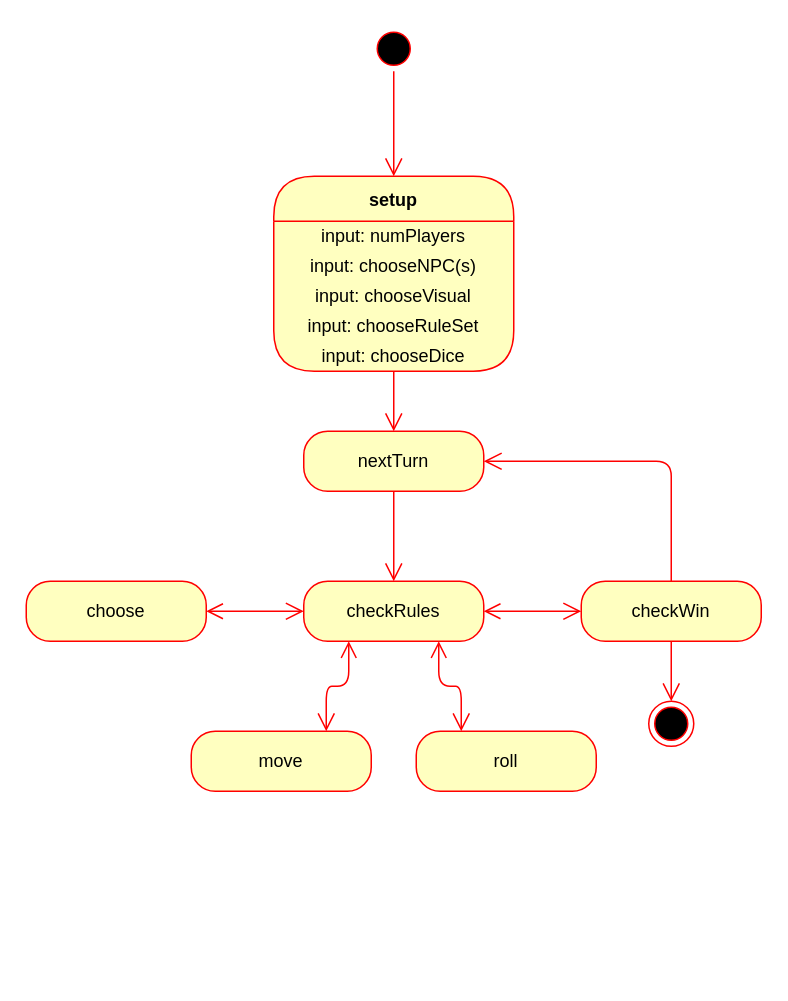
This is page "Page-2" (2 of 2) of Rothe/diagramme/KlassendiagrammUML.drawio from Chrisdroid8/EmbeddedSystems, a draw.io file, before an edit. Source tidied: cells renumbered, new cells numbered last; positions are measured from the earlier drawing's top-left corner, leaving out a move shared by most shapes. Both pictures are drawn from the tidied source at 150%, with x=0, y=0 at pixel (26, 26).
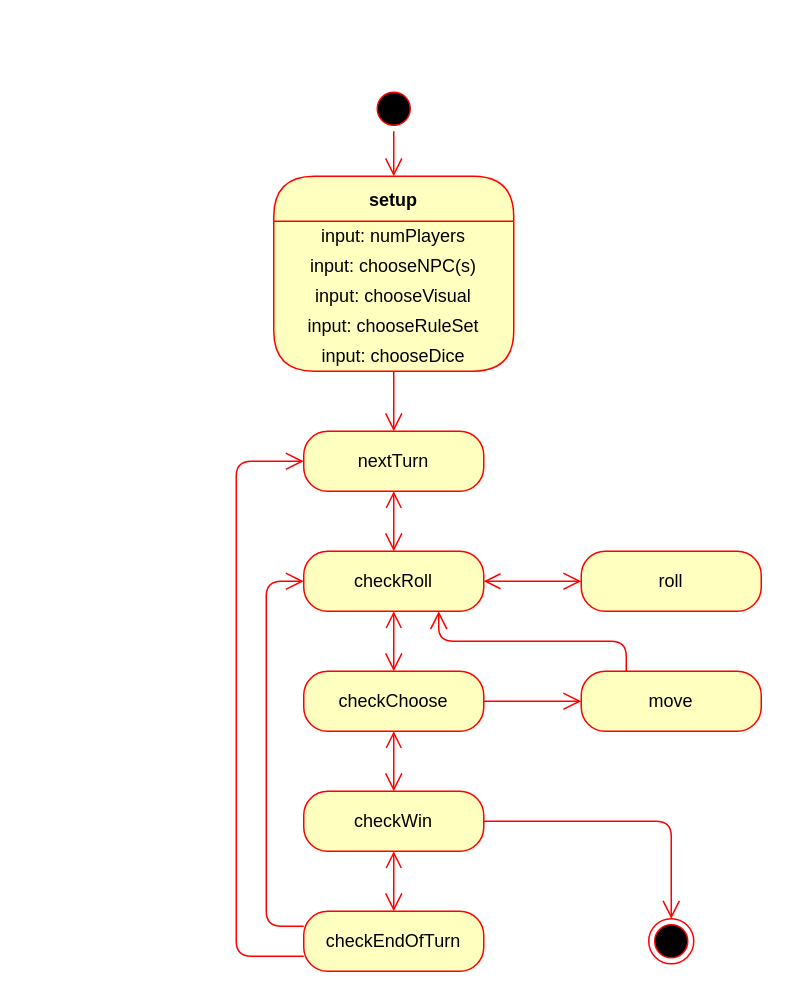
The same page after the edit.

Unchanged cells that the change refers to:
```xml
<mxCell id="11" value="nextTurn" style="rounded=1;whiteSpace=wrap;html=1;arcSize=40;fontColor=#000000;fillColor=#ffffc0;strokeColor=#ff0000;" parent="1" vertex="1">
  <mxGeometry x="185" y="270" width="120" height="40" as="geometry" />
</mxCell>
```

The edit, as a diff of the source:
```diff
@@
     <mxCell id="2" style="ellipse;html=1;shape=startState;fillColor=#000000;strokeColor=#ff0000;" parent="1" vertex="1">
-      <mxGeometry x="230" width="30" height="30" as="geometry" />
+      <mxGeometry x="230" y="40" width="30" height="30" as="geometry" />
     </mxCell>
@@
-    <mxCell id="12" style="edgeStyle=orthogonalEdgeStyle;html=1;verticalAlign=bottom;endArrow=open;endSize=9.8425;strokeColor=#ff0000;" parent="1" edge="1" source="11" target="13">
+    <mxCell id="12" style="edgeStyle=orthogonalEdgeStyle;html=1;verticalAlign=bottom;endArrow=open;endSize=9.8425;strokeColor=#ff0000;startArrow=open;startFill=0;startSize=9.0551;" parent="1" edge="1" source="11" target="13">
       <mxGeometry relative="1" as="geometry" />
     </mxCell>
-    <mxCell id="13" value="checkRules" style="rounded=1;whiteSpace=wrap;html=1;arcSize=40;fontColor=#000000;fillColor=#ffffc0;strokeColor=#ff0000;" parent="1" vertex="1">
-      <mxGeometry x="185" y="370" width="120" height="40" as="geometry" />
+    <mxCell id="13" value="checkRoll" style="rounded=1;whiteSpace=wrap;html=1;arcSize=40;fontColor=#000000;fillColor=#ffffc0;strokeColor=#ff0000;" parent="1" vertex="1">
+      <mxGeometry x="185" y="350" width="120" height="40" as="geometry" />
     </mxCell>
@@
-    <mxCell id="15" value="checkWin" style="rounded=1;whiteSpace=wrap;html=1;arcSize=40;fontColor=#000000;fillColor=#ffffc0;strokeColor=#ff0000;" parent="1" vertex="1">
-      <mxGeometry x="370" y="370" width="120" height="40" as="geometry" />
+    <mxCell id="15" value="roll" style="rounded=1;whiteSpace=wrap;html=1;arcSize=40;fontColor=#000000;fillColor=#ffffc0;strokeColor=#ff0000;" parent="1" vertex="1">
+      <mxGeometry x="370" y="350" width="120" height="40" as="geometry" />
     </mxCell>
-    <mxCell id="16" style="edgeStyle=orthogonalEdgeStyle;html=1;verticalAlign=bottom;endArrow=open;endSize=9.8425;strokeColor=#ff0000;entryX=1;entryY=0.5;entryDx=0;entryDy=0;exitX=0.5;exitY=0;exitDx=0;exitDy=0;" parent="1" edge="1" source="15" target="11">
-      <mxGeometry relative="1" as="geometry">
-        <Array as="points">
-          <mxPoint x="430" y="290" />
-        </Array>
-      </mxGeometry>
-    </mxCell>
-    <mxCell id="17" value="choose" style="rounded=1;whiteSpace=wrap;html=1;arcSize=40;fontColor=#000000;fillColor=#ffffc0;strokeColor=#ff0000;" parent="1" vertex="1">
-      <mxGeometry y="370" width="120" height="40" as="geometry" />
+    <mxCell id="17" value="checkChoose" style="rounded=1;whiteSpace=wrap;html=1;arcSize=40;fontColor=#000000;fillColor=#ffffc0;strokeColor=#ff0000;" parent="1" vertex="1">
+      <mxGeometry x="185" y="430" width="120" height="40" as="geometry" />
     </mxCell>
     <mxCell id="18" value="move" style="rounded=1;whiteSpace=wrap;html=1;arcSize=40;fontColor=#000000;fillColor=#ffffc0;strokeColor=#ff0000;" parent="1" vertex="1">
-      <mxGeometry x="110" y="470" width="120" height="40" as="geometry" />
+      <mxGeometry x="370" y="430" width="120" height="40" as="geometry" />
     </mxCell>
-    <mxCell id="19" style="edgeStyle=orthogonalEdgeStyle;html=1;verticalAlign=bottom;endArrow=open;endSize=9.8425;strokeColor=#ff0000;startArrow=open;startFill=0;startSize=9.0551;" parent="1" edge="1" source="17" target="13">
-      <mxGeometry relative="1" as="geometry" />
-    </mxCell>
-    <mxCell id="20" style="edgeStyle=orthogonalEdgeStyle;html=1;verticalAlign=bottom;endArrow=open;endSize=9.8425;strokeColor=#ff0000;exitX=0.25;exitY=1;exitDx=0;exitDy=0;entryX=0.75;entryY=0;entryDx=0;entryDy=0;startArrow=open;startFill=0;startSize=9.0551;" parent="1" edge="1" source="13" target="18">
-      <mxGeometry relative="1" as="geometry">
-        <Array as="points">
-          <mxPoint x="215" y="440" />
-          <mxPoint x="200" y="440" />
-        </Array>
-      </mxGeometry>
-    </mxCell>
-    <mxCell id="21" value="roll" style="rounded=1;whiteSpace=wrap;html=1;arcSize=40;fontColor=#000000;fillColor=#ffffc0;strokeColor=#ff0000;" parent="1" vertex="1">
-      <mxGeometry x="260" y="470" width="120" height="40" as="geometry" />
+    <mxCell id="21" value="checkEndOfTurn" style="rounded=1;whiteSpace=wrap;html=1;arcSize=40;fontColor=#000000;fillColor=#ffffc0;strokeColor=#ff0000;" parent="1" vertex="1">
+      <mxGeometry x="185" y="590" width="120" height="40" as="geometry" />
     </mxCell>
-    <mxCell id="22" style="edgeStyle=orthogonalEdgeStyle;html=1;verticalAlign=bottom;endArrow=open;endSize=9.8425;strokeColor=#ff0000;entryX=0.25;entryY=0;entryDx=0;entryDy=0;exitX=0.75;exitY=1;exitDx=0;exitDy=0;startArrow=open;startFill=0;startSize=9.0551;" parent="1" edge="1" source="13" target="21">
-      <mxGeometry relative="1" as="geometry">
-        <Array as="points">
-          <mxPoint x="275" y="440" />
-          <mxPoint x="290" y="440" />
-        </Array>
-      </mxGeometry>
-    </mxCell>
     <mxCell id="23" style="ellipse;html=1;shape=endState;fillColor=#000000;strokeColor=#ff0000;" parent="1" vertex="1">
-      <mxGeometry x="415" y="450" width="30" height="30" as="geometry" />
+      <mxGeometry x="415" y="595" width="30" height="30" as="geometry" />
     </mxCell>
-    <mxCell id="24" style="edgeStyle=orthogonalEdgeStyle;html=1;verticalAlign=bottom;endArrow=open;endSize=9.8425;strokeColor=#ff0000;exitX=0.5;exitY=1;exitDx=0;exitDy=0;" parent="1" edge="1" source="15" target="23">
-      <mxGeometry relative="1" as="geometry">
-        <Array as="points">
-          <mxPoint x="430" y="480" />
-          <mxPoint x="430" y="480" />
-        </Array>
-      </mxGeometry>
-    </mxCell>
+    <mxCell id="25" style="edgeStyle=orthogonalEdgeStyle;html=1;verticalAlign=bottom;endArrow=open;endSize=9.8425;strokeColor=#ff0000;startArrow=open;startFill=0;startSize=9.0551;" parent="1" edge="1" source="13" target="17">
+      <mxGeometry relative="1" as="geometry" />
+    </mxCell>
+    <mxCell id="26" style="edgeStyle=orthogonalEdgeStyle;html=1;verticalAlign=bottom;endArrow=open;endSize=9.8425;strokeColor=#ff0000;startArrow=none;startFill=0;startSize=9.0551;" parent="1" edge="1" source="17" target="18">
+      <mxGeometry relative="1" as="geometry">
+        <Array as="points">
+          <mxPoint x="330" y="450" />
+          <mxPoint x="330" y="450" />
+        </Array>
+      </mxGeometry>
+    </mxCell>
+    <mxCell id="27" style="edgeStyle=orthogonalEdgeStyle;html=1;verticalAlign=bottom;endArrow=open;endSize=9.8425;strokeColor=#ff0000;startArrow=open;startFill=0;startSize=9.0551;" parent="1" edge="1" source="32" target="21">
+      <mxGeometry relative="1" as="geometry" />
+    </mxCell>
+    <mxCell id="28" style="edgeStyle=orthogonalEdgeStyle;html=1;verticalAlign=bottom;endArrow=open;endSize=9.8425;strokeColor=#ff0000;startArrow=none;startFill=0;startSize=9.0551;" parent="1" edge="1" source="32" target="23">
+      <mxGeometry relative="1" as="geometry" />
+    </mxCell>
+    <mxCell id="29" style="edgeStyle=orthogonalEdgeStyle;html=1;verticalAlign=bottom;endArrow=open;endSize=9.8425;strokeColor=#ff0000;startArrow=none;startFill=0;startSize=9.0551;entryX=0.75;entryY=1;entryDx=0;entryDy=0;exitX=0.25;exitY=0;exitDx=0;exitDy=0;" parent="1" edge="1" source="18" target="13">
+      <mxGeometry relative="1" as="geometry">
+        <Array as="points">
+          <mxPoint x="400" y="410" />
+          <mxPoint x="275" y="410" />
+        </Array>
+      </mxGeometry>
+    </mxCell>
+    <mxCell id="30" style="edgeStyle=orthogonalEdgeStyle;html=1;verticalAlign=bottom;endArrow=open;endSize=9.8425;strokeColor=#ff0000;startArrow=none;startFill=0;startSize=9.0551;exitX=0;exitY=0.75;exitDx=0;exitDy=0;" parent="1" edge="1" source="21" target="11">
+      <mxGeometry relative="1" as="geometry">
+        <Array as="points">
+          <mxPoint x="140" y="620" />
+          <mxPoint x="140" y="290" />
+        </Array>
+      </mxGeometry>
+    </mxCell>
+    <mxCell id="31" style="edgeStyle=orthogonalEdgeStyle;html=1;verticalAlign=bottom;endArrow=open;endSize=9.8425;strokeColor=#ff0000;startArrow=open;startFill=0;startSize=9.0551;" parent="1" edge="1" source="17" target="32">
+      <mxGeometry relative="1" as="geometry" />
+    </mxCell>
+    <mxCell id="32" value="checkWin" style="rounded=1;whiteSpace=wrap;html=1;arcSize=40;fontColor=#000000;fillColor=#ffffc0;strokeColor=#ff0000;" parent="1" vertex="1">
+      <mxGeometry x="185" y="510" width="120" height="40" as="geometry" />
+    </mxCell>
+    <mxCell id="33" style="edgeStyle=orthogonalEdgeStyle;html=1;verticalAlign=bottom;endArrow=open;endSize=9.8425;strokeColor=#ff0000;startArrow=none;startFill=0;startSize=9.0551;exitX=0;exitY=0.25;exitDx=0;exitDy=0;" parent="1" edge="1" source="21" target="13">
+      <mxGeometry relative="1" as="geometry">
+        <Array as="points">
+          <mxPoint x="160" y="600" />
+          <mxPoint x="160" y="370" />
+        </Array>
+      </mxGeometry>
+    </mxCell>
```
